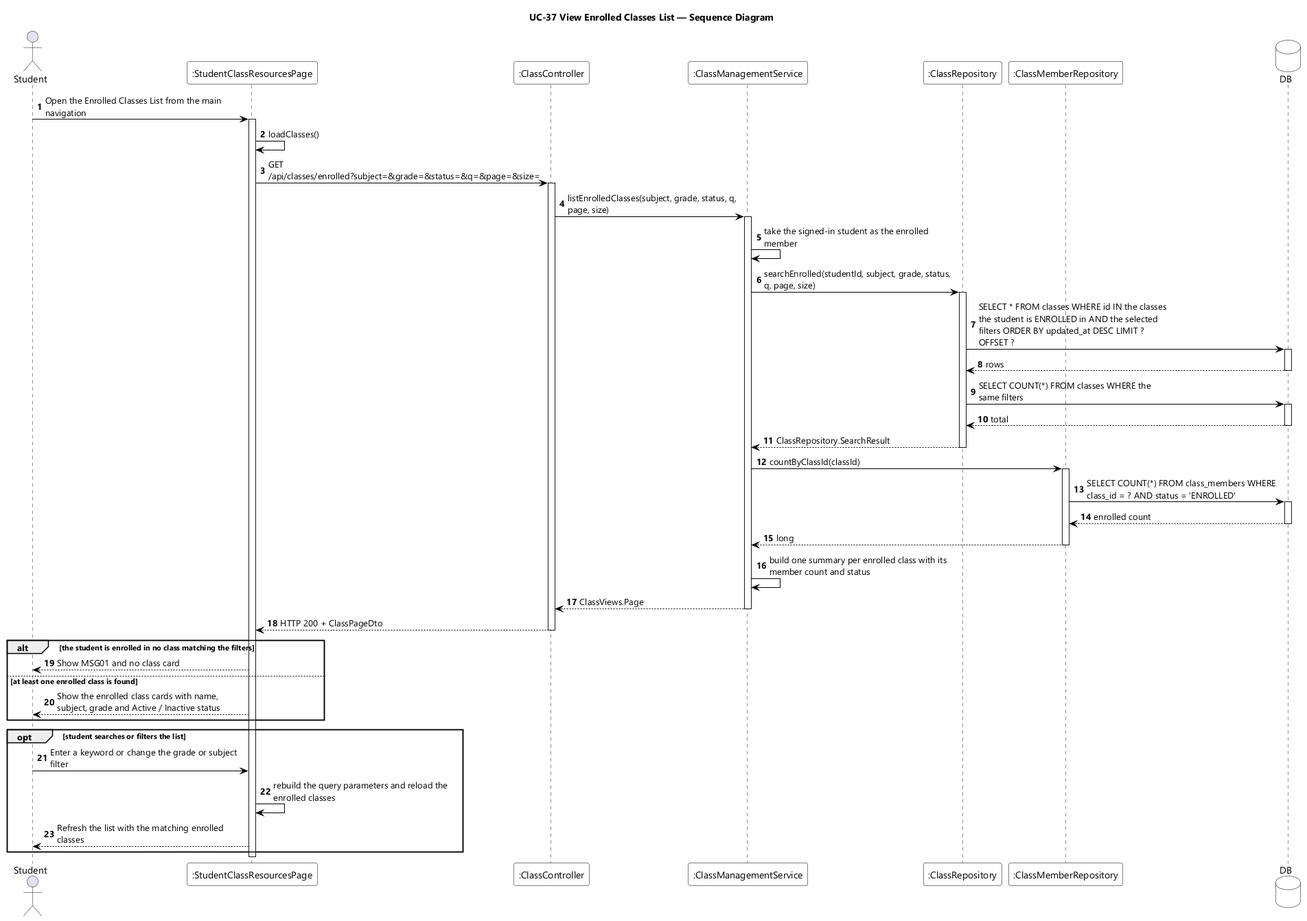
This is designs/sds-diagrams/uc37/uc37-sequence-diagram.png from EduA-system/EduA-system, a PlantUML export, as it was before one commit. Its diagram source:
```plantuml
@startuml UC-37 View Enrolled Classes List - Sequence Diagram
skinparamlocked dpi 96
skinparam defaultFontName "Segoe UI"
skinparam shadowing false
skinparam ParticipantBackgroundColor #FFFFFF
skinparam ParticipantBorderColor #000000
skinparam DatabaseBackgroundColor #FFFFFF
skinparam DatabaseBorderColor #000000
skinparam ArrowColor #000000
skinparam sequenceMessageAlign left
skinparam maxMessageSize 280
title UC-37 View Enrolled Classes List — Sequence Diagram

actor Student
participant ":StudentClassResourcesPage" as UI
participant ":ClassController" as CTL
participant ":ClassManagementService" as SVC
participant ":ClassRepository" as REPO
participant ":ClassMemberRepository" as MEM
database DB

autonumber
Student -> UI : Open the Enrolled Classes List from the main navigation
activate UI
UI -> UI : loadClasses()
UI -> CTL : GET /api/classes/enrolled?subject=&grade=&status=&q=&page=&size=
activate CTL
CTL -> SVC : listEnrolledClasses(subject, grade, status, q, page, size)
activate SVC
SVC -> SVC : take the signed-in student as the enrolled member
SVC -> REPO : searchEnrolled(studentId, subject, grade, status, q, page, size)
activate REPO
REPO -> DB : SELECT * FROM classes WHERE id IN the classes the student is ENROLLED in AND the selected filters ORDER BY updated_at DESC LIMIT ? OFFSET ?
activate DB
DB --> REPO : rows
deactivate DB
REPO -> DB : SELECT COUNT(*) FROM classes WHERE the same filters
activate DB
DB --> REPO : total
deactivate DB
REPO --> SVC : ClassRepository.SearchResult
deactivate REPO
SVC -> MEM : countByClassId(classId)
activate MEM
MEM -> DB : SELECT COUNT(*) FROM class_members WHERE class_id = ? AND status = 'ENROLLED'
activate DB
DB --> MEM : enrolled count
deactivate DB
MEM --> SVC : long
deactivate MEM
SVC -> SVC : build one summary per enrolled class with its member count and status
SVC --> CTL : ClassViews.Page
deactivate SVC
CTL --> UI : HTTP 200 + ClassPageDto
deactivate CTL

alt the student is enrolled in no class matching the filters
  UI --> Student : Show MSG01 and no class card
else at least one enrolled class is found
  UI --> Student : Show the enrolled class cards with name, subject, grade and Active / Inactive status
end

opt student searches or filters the list
  Student -> UI : Enter a keyword or change the grade or subject filter
  UI -> UI : rebuild the query parameters and reload the enrolled classes
  UI --> Student : Refresh the list with the matching enrolled classes
end
deactivate UI
@enduml
```
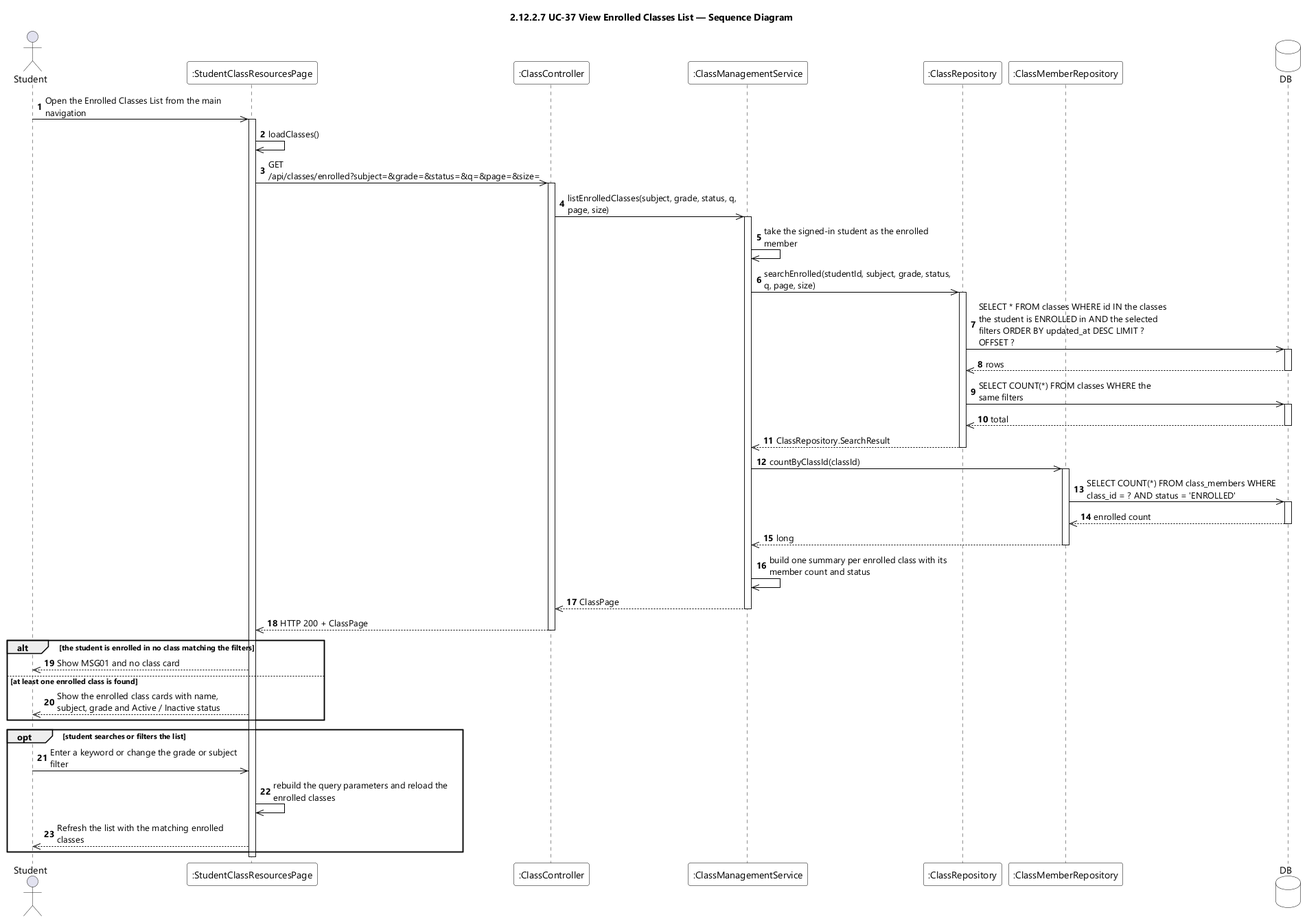
Above is the later version.

Diff of the diagram source:
```diff
@@ -9,7 +9,7 @@
 skinparam ArrowColor #000000
 skinparam sequenceMessageAlign left
 skinparam maxMessageSize 280
-title UC-37 View Enrolled Classes List — Sequence Diagram
+title 2.12.2.7 UC-37 View Enrolled Classes List — Sequence Diagram
 
 actor Student
 participant ":StudentClassResourcesPage" as UI
@@ -20,50 +20,50 @@
 database DB
 
 autonumber
-Student -> UI : Open the Enrolled Classes List from the main navigation
+Student ->> UI : Open the Enrolled Classes List from the main navigation
 activate UI
-UI -> UI : loadClasses()
-UI -> CTL : GET /api/classes/enrolled?subject=&grade=&status=&q=&page=&size=
+UI ->> UI : loadClasses()
+UI ->> CTL : GET /api/classes/enrolled?subject=&grade=&status=&q=&page=&size=
 activate CTL
-CTL -> SVC : listEnrolledClasses(subject, grade, status, q, page, size)
+CTL ->> SVC : listEnrolledClasses(subject, grade, status, q, page, size)
 activate SVC
-SVC -> SVC : take the signed-in student as the enrolled member
-SVC -> REPO : searchEnrolled(studentId, subject, grade, status, q, page, size)
+SVC ->> SVC : take the signed-in student as the enrolled member
+SVC ->> REPO : searchEnrolled(studentId, subject, grade, status, q, page, size)
 activate REPO
-REPO -> DB : SELECT * FROM classes WHERE id IN the classes the student is ENROLLED in AND the selected filters ORDER BY updated_at DESC LIMIT ? OFFSET ?
+REPO ->> DB : SELECT * FROM classes WHERE id IN the classes the student is ENROLLED in AND the selected filters ORDER BY updated_at DESC LIMIT ? OFFSET ?
 activate DB
-DB --> REPO : rows
+DB -->> REPO : rows
 deactivate DB
-REPO -> DB : SELECT COUNT(*) FROM classes WHERE the same filters
+REPO ->> DB : SELECT COUNT(*) FROM classes WHERE the same filters
 activate DB
-DB --> REPO : total
+DB -->> REPO : total
 deactivate DB
-REPO --> SVC : ClassRepository.SearchResult
+REPO -->> SVC : ClassRepository.SearchResult
 deactivate REPO
-SVC -> MEM : countByClassId(classId)
+SVC ->> MEM : countByClassId(classId)
 activate MEM
-MEM -> DB : SELECT COUNT(*) FROM class_members WHERE class_id = ? AND status = 'ENROLLED'
+MEM ->> DB : SELECT COUNT(*) FROM class_members WHERE class_id = ? AND status = 'ENROLLED'
 activate DB
-DB --> MEM : enrolled count
+DB -->> MEM : enrolled count
 deactivate DB
-MEM --> SVC : long
+MEM -->> SVC : long
 deactivate MEM
-SVC -> SVC : build one summary per enrolled class with its member count and status
-SVC --> CTL : ClassViews.Page
+SVC ->> SVC : build one summary per enrolled class with its member count and status
+SVC -->> CTL : ClassPage
 deactivate SVC
-CTL --> UI : HTTP 200 + ClassPageDto
+CTL -->> UI : HTTP 200 + ClassPage
 deactivate CTL
 
 alt the student is enrolled in no class matching the filters
-  UI --> Student : Show MSG01 and no class card
+  UI -->> Student : Show MSG01 and no class card
 else at least one enrolled class is found
-  UI --> Student : Show the enrolled class cards with name, subject, grade and Active / Inactive status
+  UI -->> Student : Show the enrolled class cards with name, subject, grade and Active / Inactive status
 end
 
 opt student searches or filters the list
-  Student -> UI : Enter a keyword or change the grade or subject filter
-  UI -> UI : rebuild the query parameters and reload the enrolled classes
-  UI --> Student : Refresh the list with the matching enrolled classes
+  Student ->> UI : Enter a keyword or change the grade or subject filter
+  UI ->> UI : rebuild the query parameters and reload the enrolled classes
+  UI -->> Student : Refresh the list with the matching enrolled classes
 end
 deactivate UI
 @enduml
```
